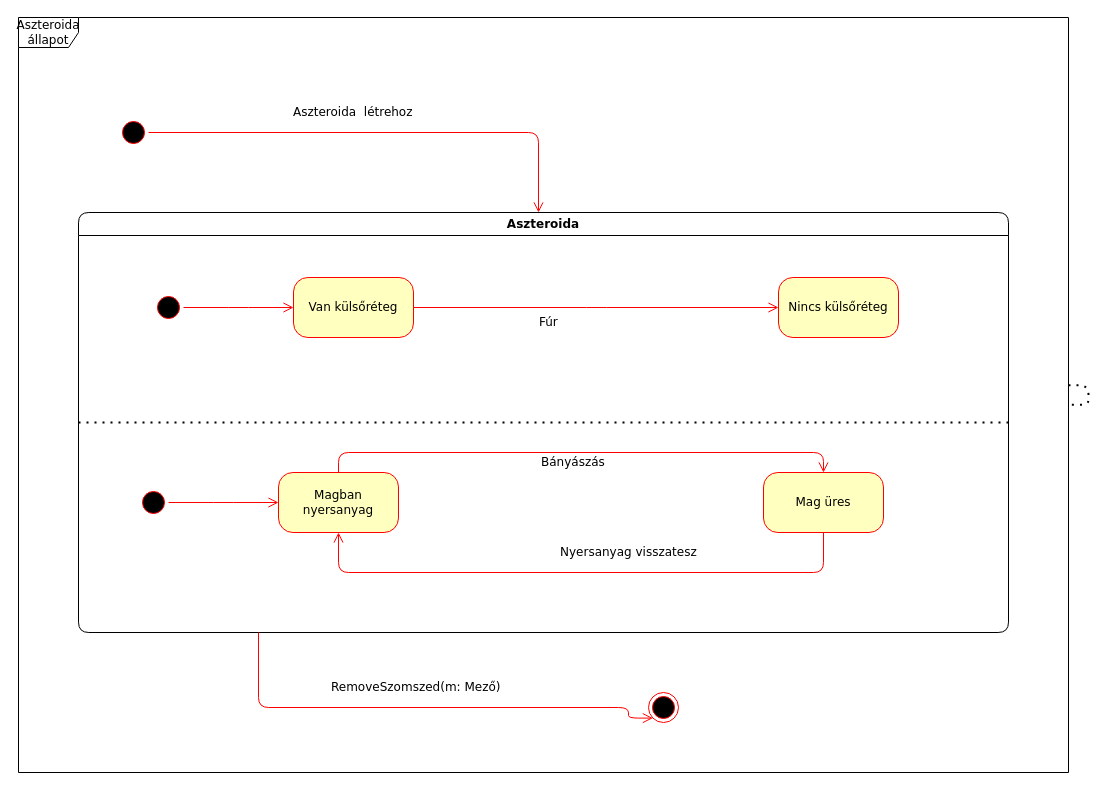
Above: doc/uml/Aszteroida_allapot.drawio in torpeBoiGo/aszteroidabanyaszat (draw.io), before the change. Source tidied: cells renumbered, new cells numbered last; positions are measured from the earlier drawing's top-left corner, leaving out a move shared by most shapes. Both pictures are drawn from the tidied source at 100%, with x=0, y=0 at pixel (18, 17).
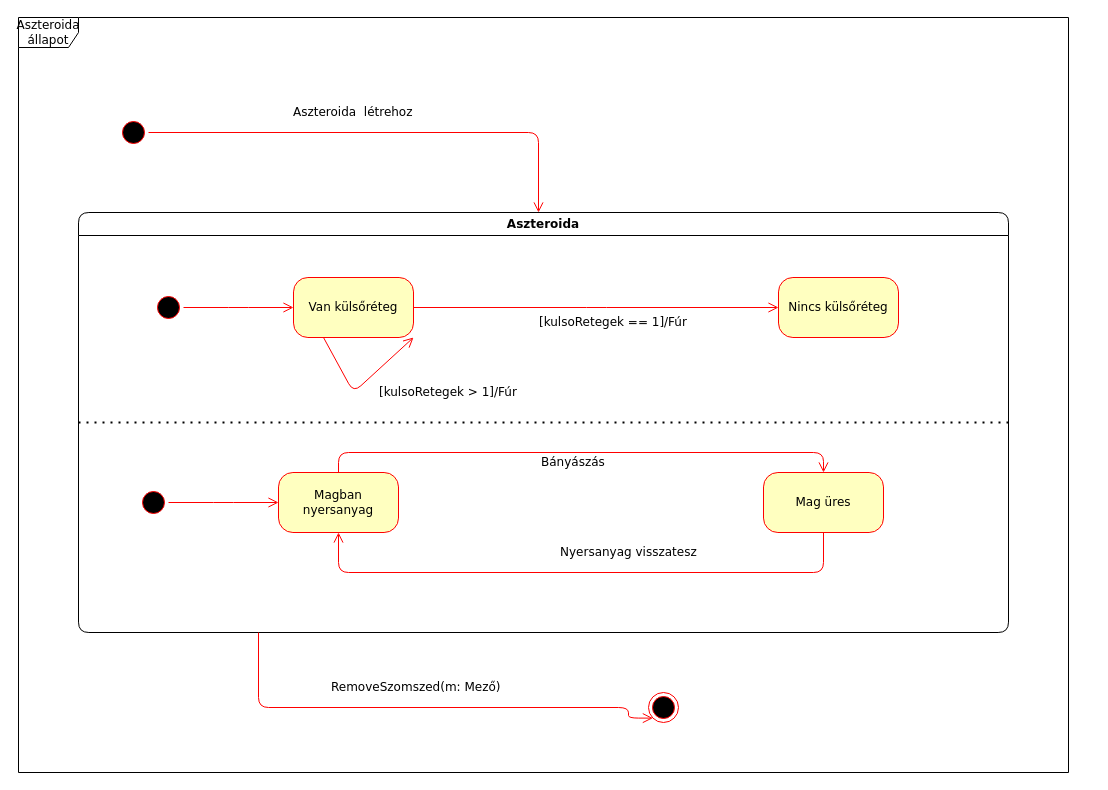
Above is the later version.

Unchanged cells that the change refers to:
```xml
<mxCell id="2" value="Aszteroida állapot" style="shape=umlFrame;whiteSpace=wrap;html=1;rounded=1;shadow=0;comic=0;labelBackgroundColor=none;strokeWidth=1;fontFamily=Verdana;fontSize=12;align=center;" parent="1" vertex="1">
  <mxGeometry width="1050" height="755" as="geometry" />
</mxCell>
<mxCell id="7" value="Nincs külsőréteg" style="rounded=1;whiteSpace=wrap;html=1;arcSize=24;fillColor=#ffffc0;strokeColor=#ff0000;shadow=0;comic=0;labelBackgroundColor=none;fontFamily=Verdana;fontSize=12;fontColor=#000000;align=center;" parent="1" vertex="1">
  <mxGeometry x="760" y="260" width="120" height="60" as="geometry" />
</mxCell>
<mxCell id="9" value="Aszteroida" style="swimlane;whiteSpace=wrap;html=1;rounded=1;shadow=0;comic=0;labelBackgroundColor=none;strokeWidth=1;fontFamily=Verdana;fontSize=12;align=center;" parent="1" vertex="1">
  <mxGeometry x="60" y="195" width="930" height="420" as="geometry" />
</mxCell>
<mxCell id="12" value="Van külsőréteg" style="rounded=1;whiteSpace=wrap;html=1;arcSize=24;fillColor=#ffffc0;strokeColor=#ff0000;shadow=0;comic=0;labelBackgroundColor=none;fontFamily=Verdana;fontSize=12;fontColor=#000000;align=center;" parent="9" vertex="1">
  <mxGeometry x="215" y="65" width="120" height="60" as="geometry" />
</mxCell>
```

What changed in the source:
```diff
@@
-    <mxCell id="3" style="endArrow=none;dashed=1;html=1;dashPattern=1 3;strokeWidth=2;" parent="1" edge="1" source="2" target="2">
-      <mxGeometry relative="1" as="geometry" />
-    </mxCell>
@@
-    <mxCell id="6" value="Fúr" style="edgeStyle=elbowEdgeStyle;html=1;labelBackgroundColor=none;endArrow=open;endSize=8;strokeColor=#ff0000;fontFamily=Verdana;fontSize=12;align=left;exitX=1;exitY=0.5;exitDx=0;exitDy=0;" parent="1" edge="1" source="12" target="7">
+    <mxCell id="6" value="[kulsoRetegek == 1]/Fúr" style="edgeStyle=elbowEdgeStyle;html=1;labelBackgroundColor=none;endArrow=open;endSize=8;strokeColor=#ff0000;fontFamily=Verdana;fontSize=12;align=left;exitX=1;exitY=0.5;exitDx=0;exitDy=0;" parent="1" edge="1" source="12" target="7">
       <mxGeometry x="-0.32" y="-15" relative="1" as="geometry" />
     </mxCell>
@@
+    <mxCell id="21" value="[kulsoRetegek &amp;gt; 1]/Fúr" style="edgeStyle=elbowEdgeStyle;html=1;labelBackgroundColor=none;endArrow=open;endSize=8;strokeColor=#ff0000;fontFamily=Verdana;fontSize=12;align=left;exitX=0.25;exitY=1;exitDx=0;exitDy=0;entryX=1;entryY=1;entryDx=0;entryDy=0;" parent="9" edge="1" source="12" target="12">
+      <mxGeometry x="0.13" y="-17" relative="1" as="geometry">
+        <Array as="points">
+          <mxPoint x="275" y="180" />
+        </Array>
+        <mxPoint x="-1" as="offset" />
+      </mxGeometry>
+    </mxCell>
```
